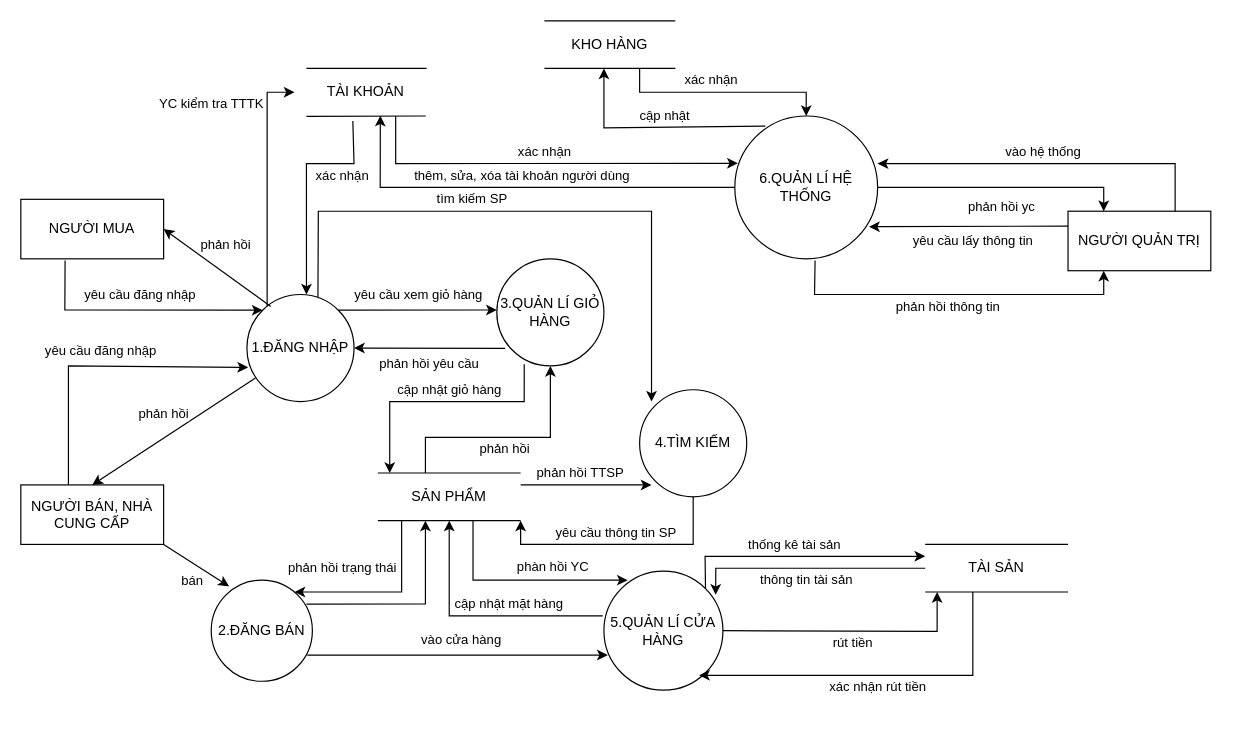
Before: page "Trang-7" (7 of 7) of sequnece.drawio in trucka312/diagram, a draw.io diagram. Source tidied: cells renumbered, new cells numbered last; positions are measured from the earlier drawing's top-left corner, leaving out a move shared by most shapes. Both pictures are drawn from the tidied source at 119%, with x=0, y=0 at pixel (20, 20).
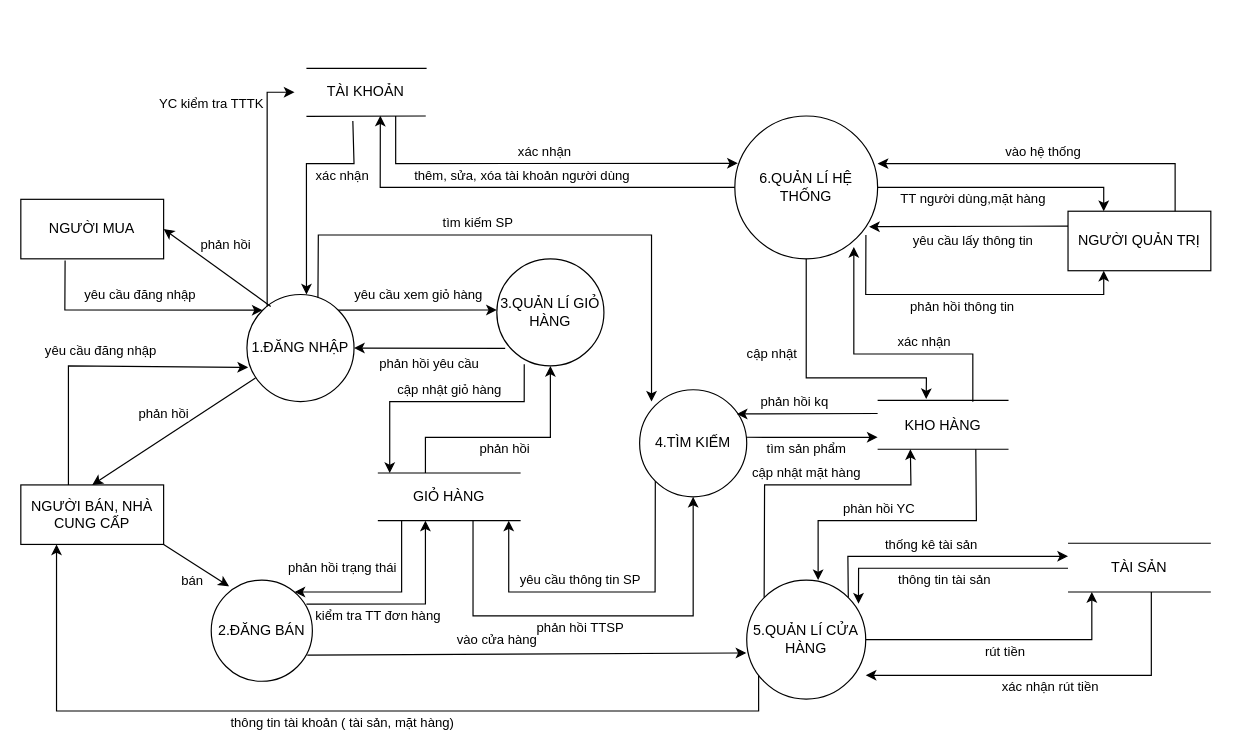
The same page after the edit.

Commit message (it also covers changes not shown here):
Cập nhật sequnece.drawio

The change refers to these unchanged cells:
```xml
<mxCell id="3" value="NGƯỜI QUẢN TRỊ" style="rounded=0;whiteSpace=wrap;html=1;" parent="1" vertex="1">
  <mxGeometry x="880" y="160" width="120" height="50" as="geometry" />
</mxCell>
<mxCell id="4" value="NGƯỜI BÁN, NHÀ CUNG CẤP" style="rounded=0;whiteSpace=wrap;html=1;" parent="1" vertex="1">
  <mxGeometry y="390" width="120" height="50" as="geometry" />
</mxCell>
<mxCell id="6" value="2.ĐĂNG BÁN" style="ellipse;whiteSpace=wrap;html=1;" parent="1" vertex="1">
  <mxGeometry x="160" y="470" width="85" height="85" as="geometry" />
</mxCell>
<mxCell id="7" value="1.ĐĂNG NHẬP" style="ellipse;whiteSpace=wrap;html=1;" parent="1" vertex="1">
  <mxGeometry x="190" y="230" width="90" height="90" as="geometry" />
</mxCell>
<mxCell id="9" value="6.QUẢN LÍ HỆ THỐNG" style="ellipse;whiteSpace=wrap;html=1;" parent="1" vertex="1">
  <mxGeometry x="600" y="80" width="120" height="120" as="geometry" />
</mxCell>
<mxCell id="10" value="4.TÌM KIẾM" style="ellipse;whiteSpace=wrap;html=1;" parent="1" vertex="1">
  <mxGeometry x="520" y="310" width="90" height="90" as="geometry" />
</mxCell>
```

Diff of the diagram source:
```diff
@@
     <mxCell id="5" value="5.QUẢN LÍ CỬA HÀNG" style="ellipse;whiteSpace=wrap;html=1;" parent="1" vertex="1">
-      <mxGeometry x="490" y="462.5" width="100" height="100" as="geometry" />
+      <mxGeometry x="610" y="470" width="100" height="100" as="geometry" />
     </mxCell>
@@
-    <mxCell id="20" value="SẢN PHẨM" style="text;html=1;strokeColor=none;fillColor=none;align=center;verticalAlign=middle;whiteSpace=wrap;rounded=0;" parent="1" vertex="1">
+    <mxCell id="20" value="GIỎ HÀNG" style="text;html=1;strokeColor=none;fillColor=none;align=center;verticalAlign=middle;whiteSpace=wrap;rounded=0;" parent="1" vertex="1">
       <mxGeometry x="300" y="380" width="120" height="40" as="geometry" />
     </mxCell>
@@
-    <mxCell id="23" value="vào cửa hàng" style="endArrow=classic;html=1;rounded=0;exitX=1;exitY=0;exitDx=0;exitDy=0;" parent="1" edge="1">
-      <mxGeometry x="0.18" y="-42" relative="1" as="geometry">
+    <mxCell id="23" value="kiểm tra TT đơn hàng" style="endArrow=classic;html=1;rounded=0;exitX=1;exitY=0;exitDx=0;exitDy=0;" parent="1" edge="1">
+      <mxGeometry x="-0.29" y="-10" relative="1" as="geometry">
         <mxPoint x="240" y="490.2" as="sourcePoint" />
         <mxPoint x="340" y="420" as="targetPoint" />
         <Array as="points">
           <mxPoint x="340" y="490" />
         </Array>
-        <mxPoint x="-12" y="30" as="offset" />
       </mxGeometry>
     </mxCell>
@@
     <mxCell id="27" value="tìm kiếm SP" style="endArrow=classic;html=1;rounded=0;exitX=0.663;exitY=0.028;exitDx=0;exitDy=0;exitPerimeter=0;" parent="1" edge="1" source="7">
       <mxGeometry x="-0.21" y="10" relative="1" as="geometry">
         <mxPoint x="530" y="320" as="targetPoint" />
         <Array as="points">
-          <mxPoint x="250" y="160" />
-          <mxPoint x="530" y="160" />
+          <mxPoint x="250" y="180" />
+          <mxPoint x="530" y="180" />
         </Array>
       </mxGeometry>
     </mxCell>
-    <mxCell id="28" value="yêu cầu thông tin SP" style="endArrow=classic;html=1;rounded=0;exitX=0.5;exitY=1;exitDx=0;exitDy=0;" parent="1" edge="1" source="10">
-      <mxGeometry x="0.02" y="-10" relative="1" as="geometry">
-        <mxPoint x="420" y="420" as="targetPoint" />
+    <mxCell id="28" value="yêu cầu thông tin SP" style="endArrow=classic;html=1;rounded=0;exitX=0;exitY=1;exitDx=0;exitDy=0;" parent="1" edge="1" source="10">
+      <mxGeometry x="0.13" y="-10" relative="1" as="geometry">
+        <mxPoint x="410" y="420" as="targetPoint" />
         <Array as="points">
-          <mxPoint x="565" y="440" />
-          <mxPoint x="420" y="440" />
+          <mxPoint x="533" y="480" />
+          <mxPoint x="410" y="480" />
         </Array>
       </mxGeometry>
     </mxCell>
@@
-    <mxCell id="30" value="phản hồi TTSP" style="endArrow=classic;html=1;rounded=0;exitX=1;exitY=0.25;exitDx=0;exitDy=0;" parent="1" edge="1" source="20">
-      <mxGeometry x="-0.09" y="10" relative="1" as="geometry">
-        <mxPoint x="530" y="390" as="targetPoint" />
+    <mxCell id="30" value="phản hồi TTSP" style="endArrow=classic;html=1;rounded=0;entryX=0.5;entryY=1;entryDx=0;entryDy=0;" parent="1" edge="1" target="10">
+      <mxGeometry x="-0.07" y="-10" relative="1" as="geometry">
+        <mxPoint x="380" y="420" as="sourcePoint" />
+        <Array as="points">
+          <mxPoint x="380" y="500" />
+          <mxPoint x="565" y="500" />
+        </Array>
       </mxGeometry>
     </mxCell>
-    <mxCell id="31" style="endArrow=classic;html=1;rounded=0;exitX=0.95;exitY=0.741;exitDx=0;exitDy=0;exitPerimeter=0;entryX=0.032;entryY=0.705;entryDx=0;entryDy=0;entryPerimeter=0;" parent="1" edge="1" source="6" target="5">
-      <mxGeometry relative="1" as="geometry" />
+    <mxCell id="31" value="vào cửa hàng" style="endArrow=classic;html=1;rounded=0;exitX=0.95;exitY=0.741;exitDx=0;exitDy=0;exitPerimeter=0;entryX=-0.003;entryY=0.612;entryDx=0;entryDy=0;entryPerimeter=0;" parent="1" edge="1" source="6" target="5">
+      <mxGeometry x="-0.14" y="12" relative="1" as="geometry" />
     </mxCell>
     <mxCell id="32" value="TÀI SẢN" style="text;html=1;strokeColor=none;fillColor=none;align=center;verticalAlign=middle;whiteSpace=wrap;rounded=0;" parent="1" vertex="1">
-      <mxGeometry x="760" y="440" width="120" height="40" as="geometry" />
+      <mxGeometry x="880" y="440" width="120" height="40" as="geometry" />
     </mxCell>
     <mxCell id="33" style="endArrow=none;html=1;rounded=0;exitX=0;exitY=0;exitDx=0;exitDy=0;entryX=1;entryY=0;entryDx=0;entryDy=0;" parent="1" edge="1">
       <mxGeometry relative="1" as="geometry">
-        <mxPoint x="760" y="440" as="sourcePoint" />
-        <mxPoint x="880" y="440" as="targetPoint" />
+        <mxPoint x="880" y="439" as="sourcePoint" />
+        <mxPoint x="1000" y="439" as="targetPoint" />
       </mxGeometry>
     </mxCell>
     <mxCell id="34" style="endArrow=none;html=1;rounded=0;exitX=0;exitY=0;exitDx=0;exitDy=0;entryX=1;entryY=0;entryDx=0;entryDy=0;" parent="1" edge="1">
       <mxGeometry relative="1" as="geometry">
-        <mxPoint x="760" y="480" as="sourcePoint" />
-        <mxPoint x="880" y="480" as="targetPoint" />
+        <mxPoint x="880" y="480" as="sourcePoint" />
+        <mxPoint x="1000" y="480" as="targetPoint" />
       </mxGeometry>
     </mxCell>
-    <mxCell id="35" value="cập nhật mặt hàng" style="endArrow=classic;html=1;rounded=0;" parent="1" edge="1">
-      <mxGeometry x="-0.24" y="-10" relative="1" as="geometry">
-        <mxPoint x="489" y="500" as="sourcePoint" />
-        <mxPoint x="360" y="420" as="targetPoint" />
+    <mxCell id="35" value="cập nhật mặt hàng" style="endArrow=classic;html=1;rounded=0;exitX=0;exitY=0;exitDx=0;exitDy=0;entryX=0.25;entryY=1;entryDx=0;entryDy=0;" parent="1" edge="1" source="5" target="42">
+      <mxGeometry x="0.05" y="10" relative="1" as="geometry">
         <Array as="points">
-          <mxPoint x="360" y="500" />
+          <mxPoint x="625" y="390" />
+          <mxPoint x="748" y="390" />
         </Array>
       </mxGeometry>
     </mxCell>
     <mxCell id="36" value="rút tiền" style="endArrow=classic;html=1;rounded=0;exitX=1;exitY=0.5;exitDx=0;exitDy=0;" parent="1" edge="1" source="5">
       <mxGeometry x="0.02" y="-10" relative="1" as="geometry">
-        <mxPoint x="770" y="480" as="targetPoint" />
+        <mxPoint x="900" y="480" as="targetPoint" />
         <Array as="points">
-          <mxPoint x="770" y="513" />
+          <mxPoint x="900" y="520" />
         </Array>
       </mxGeometry>
     </mxCell>
     <mxCell id="37" value="thống kê tài sản" style="endArrow=classic;html=1;rounded=0;exitX=1;exitY=0;exitDx=0;exitDy=0;entryX=0;entryY=0.25;entryDx=0;entryDy=0;" parent="1" edge="1" source="5" target="32">
       <mxGeometry x="-0.04" y="10" relative="1" as="geometry">
         <Array as="points">
-          <mxPoint x="575" y="450" />
+          <mxPoint x="695" y="450" />
         </Array>
       </mxGeometry>
     </mxCell>
-    <mxCell id="38" value="phàn hồi YC" style="endArrow=classic;html=1;rounded=0;entryX=0.2;entryY=0.075;entryDx=0;entryDy=0;entryPerimeter=0;" parent="1" edge="1" target="5">
-      <mxGeometry x="0.3" y="11" relative="1" as="geometry">
-        <mxPoint x="380" y="420" as="sourcePoint" />
+    <mxCell id="38" value="phàn hồi YC" style="endArrow=classic;html=1;rounded=0;exitX=0.75;exitY=1;exitDx=0;exitDy=0;" parent="1" edge="1" source="42">
+      <mxGeometry x="0.17" y="-10" relative="1" as="geometry">
+        <mxPoint x="670" y="470" as="targetPoint" />
         <Array as="points">
-          <mxPoint x="380" y="470" />
+          <mxPoint x="803" y="420" />
+          <mxPoint x="670" y="420" />
         </Array>
       </mxGeometry>
     </mxCell>
@@
     <mxCell id="40" style="endArrow=none;html=1;rounded=0;" parent="1" edge="1">
       <mxGeometry relative="1" as="geometry">
-        <mxPoint x="440" as="sourcePoint" />
-        <mxPoint x="550" as="targetPoint" />
+        <mxPoint x="720" y="319" as="sourcePoint" />
+        <mxPoint x="830" y="319" as="targetPoint" />
       </mxGeometry>
     </mxCell>
     <mxCell id="41" style="endArrow=none;html=1;rounded=0;" parent="1" edge="1">
       <mxGeometry relative="1" as="geometry">
-        <mxPoint x="440" y="40" as="sourcePoint" />
-        <mxPoint x="550" y="40" as="targetPoint" />
+        <mxPoint x="720" y="360" as="sourcePoint" />
+        <mxPoint x="830" y="360" as="targetPoint" />
       </mxGeometry>
     </mxCell>
     <mxCell id="42" value="KHO HÀNG" style="text;html=1;strokeColor=none;fillColor=none;align=center;verticalAlign=middle;whiteSpace=wrap;rounded=0;" parent="1" vertex="1">
-      <mxGeometry x="440" width="110" height="40" as="geometry" />
+      <mxGeometry x="720" y="320" width="110" height="40" as="geometry" />
     </mxCell>
-    <mxCell id="43" value="cập nhật" style="endArrow=classic;html=1;rounded=0;entryX=1;entryY=0.5;entryDx=0;entryDy=0;exitX=0.214;exitY=0.071;exitDx=0;exitDy=0;exitPerimeter=0;" parent="1" edge="1" source="9">
-      <mxGeometry x="-0.08" y="-9" relative="1" as="geometry">
-        <mxPoint x="490" y="40" as="targetPoint" />
+    <mxCell id="43" value="cập nhật" style="endArrow=classic;html=1;rounded=0;entryX=0.371;entryY=-0.053;entryDx=0;entryDy=0;exitX=0.5;exitY=1;exitDx=0;exitDy=0;entryPerimeter=0;" parent="1" edge="1" source="9" target="42">
+      <mxGeometry x="-0.27" y="-29" relative="1" as="geometry">
         <Array as="points">
-          <mxPoint x="490" y="90" />
+          <mxPoint x="660" y="300" />
+          <mxPoint x="761" y="300" />
         </Array>
       </mxGeometry>
     </mxCell>
-    <mxCell id="44" value="xác nhận" style="endArrow=classic;html=1;rounded=0;entryX=0.5;entryY=0;entryDx=0;entryDy=0;" parent="1" edge="1" target="9">
-      <mxGeometry x="-0.11" y="10" relative="1" as="geometry">
-        <mxPoint x="520" y="40" as="sourcePoint" />
+    <mxCell id="44" value="xác nhận" style="endArrow=classic;html=1;rounded=0;" parent="1" edge="1">
+      <mxGeometry x="-0.3" y="-10" relative="1" as="geometry">
+        <mxPoint x="800" y="320" as="sourcePoint" />
+        <mxPoint x="700" y="190" as="targetPoint" />
         <Array as="points">
-          <mxPoint x="520" y="60" />
-          <mxPoint x="660" y="60" />
+          <mxPoint x="800" y="280" />
+          <mxPoint x="700" y="280" />
         </Array>
       </mxGeometry>
     </mxCell>
@@
-    <mxCell id="47" value="phản hồi yc" style="endArrow=classic;html=1;rounded=0;exitX=1;exitY=0.5;exitDx=0;exitDy=0;entryX=0.25;entryY=0;entryDx=0;entryDy=0;" parent="1" edge="1" source="9" target="3">
-      <mxGeometry x="-0.01" y="-16" relative="1" as="geometry">
+    <mxCell id="47" value="TT người dùng,mặt hàng" style="endArrow=classic;html=1;rounded=0;exitX=1;exitY=0.5;exitDx=0;exitDy=0;entryX=0.25;entryY=0;entryDx=0;entryDy=0;" parent="1" edge="1" source="9" target="3">
+      <mxGeometry x="-0.24" y="-10" relative="1" as="geometry">
         <Array as="points">
           <mxPoint x="910" y="140" />
         </Array>
       </mxGeometry>
     </mxCell>
@@
-    <mxCell id="49" value="phản hồi thông tin" style="endArrow=classic;html=1;rounded=0;exitX=0.562;exitY=1.012;exitDx=0;exitDy=0;exitPerimeter=0;entryX=0.25;entryY=1;entryDx=0;entryDy=0;" parent="1" edge="1" source="9" target="3">
+    <mxCell id="49" value="phản hồi thông tin" style="endArrow=classic;html=1;rounded=0;exitX=0.918;exitY=0.834;exitDx=0;exitDy=0;exitPerimeter=0;entryX=0.25;entryY=1;entryDx=0;entryDy=0;" parent="1" edge="1" source="9" target="3">
       <mxGeometry x="-0.03" y="-10" relative="1" as="geometry">
         <Array as="points">
-          <mxPoint x="667" y="230" />
+          <mxPoint x="710" y="230" />
           <mxPoint x="910" y="230" />
         </Array>
       </mxGeometry>
     </mxCell>
@@
     <mxCell id="52" value="thông tin tài sản" style="endArrow=classic;html=1;rounded=0;exitX=0;exitY=0.5;exitDx=0;exitDy=0;entryX=0.939;entryY=0.198;entryDx=0;entryDy=0;entryPerimeter=0;" parent="1" edge="1" source="32" target="5">
       <mxGeometry x="0.01" y="10" relative="1" as="geometry">
         <Array as="points">
-          <mxPoint x="584" y="460" />
+          <mxPoint x="704" y="460" />
         </Array>
       </mxGeometry>
     </mxCell>
     <mxCell id="53" value="xác nhận rút tiền" style="endArrow=classic;html=1;rounded=0;" parent="1" edge="1">
       <mxGeometry y="10" relative="1" as="geometry">
-        <mxPoint x="800" y="480" as="sourcePoint" />
-        <mxPoint x="570" y="550" as="targetPoint" />
+        <mxPoint x="950" y="480" as="sourcePoint" />
+        <mxPoint x="710" y="550" as="targetPoint" />
         <Array as="points">
+          <mxPoint x="950" y="550" />
           <mxPoint x="800" y="550" />
         </Array>
       </mxGeometry>
     </mxCell>
+    <mxCell id="54" value="thông tin tài khoản ( tài sản, mặt hàng)" style="endArrow=classic;html=1;rounded=0;entryX=0.25;entryY=1;entryDx=0;entryDy=0;" parent="1" edge="1" target="4">
+      <mxGeometry y="10" relative="1" as="geometry">
+        <mxPoint x="620" y="550" as="sourcePoint" />
+        <Array as="points">
+          <mxPoint x="620" y="580" />
+          <mxPoint x="30" y="580" />
+        </Array>
+      </mxGeometry>
+    </mxCell>
+    <mxCell id="55" value="tìm sản phẩm" style="endArrow=classic;html=1;rounded=0;exitX=1;exitY=0.444;exitDx=0;exitDy=0;entryX=0;entryY=0.75;entryDx=0;entryDy=0;exitPerimeter=0;" parent="1" edge="1" source="10" target="42">
+      <mxGeometry x="-0.09" y="-10" relative="1" as="geometry" />
+    </mxCell>
+    <mxCell id="56" value="phản hồi kq" style="endArrow=classic;html=1;rounded=0;entryX=0.907;entryY=0.226;entryDx=0;entryDy=0;exitX=0;exitY=0.25;exitDx=0;exitDy=0;entryPerimeter=0;" parent="1" edge="1" source="42" target="10">
+      <mxGeometry x="0.18" y="-10" relative="1" as="geometry" />
+    </mxCell>
```
